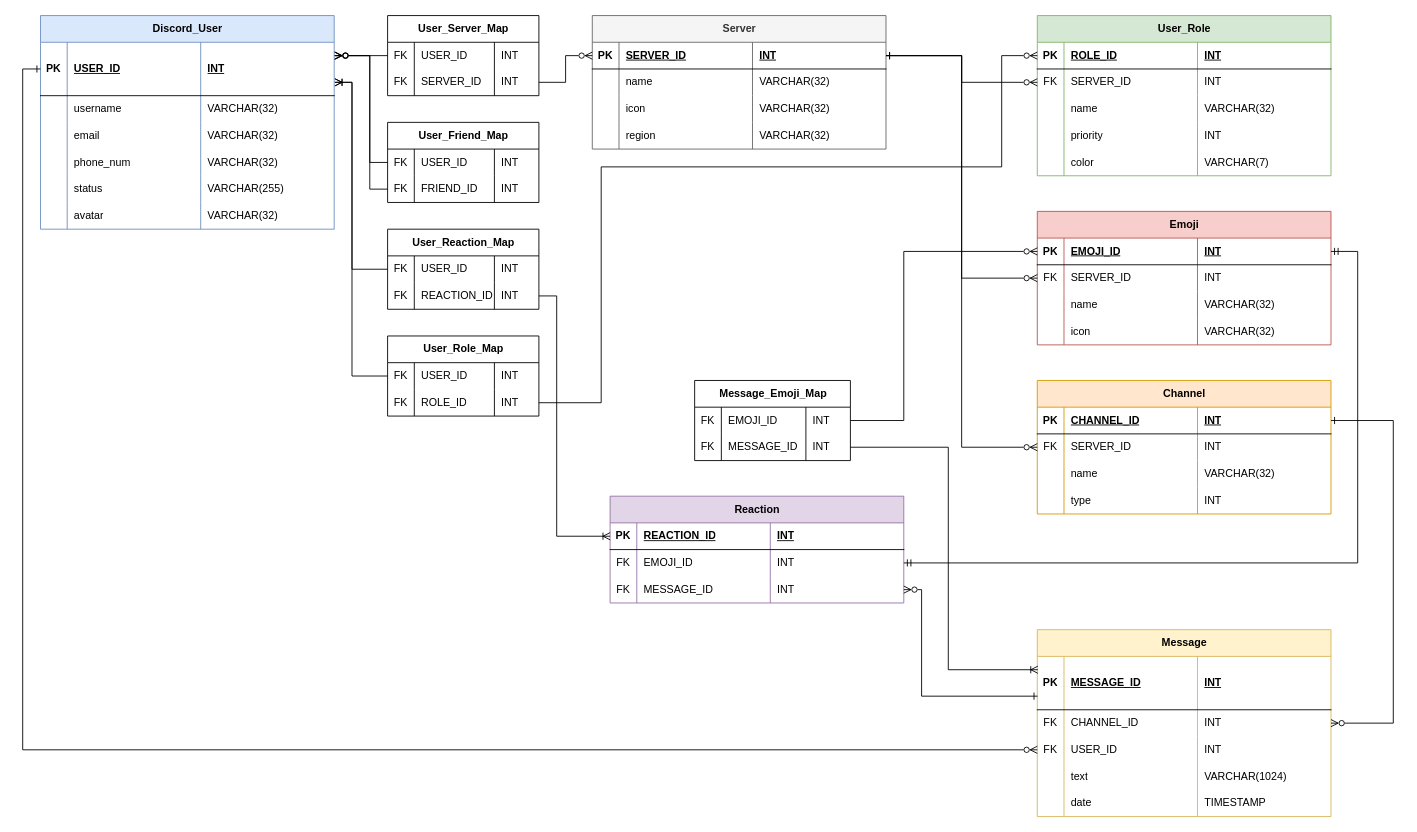
Above: diagrams/Discord Relational Schema.drawio in Mruzik1/Database-Application (draw.io), before the change. Source tidied: cells renumbered, new cells numbered last; positions are measured from the earlier drawing's top-left corner, leaving out a move shared by most shapes. Both pictures are drawn from the tidied source at 89%, with x=0, y=0 at pixel (22, 15).
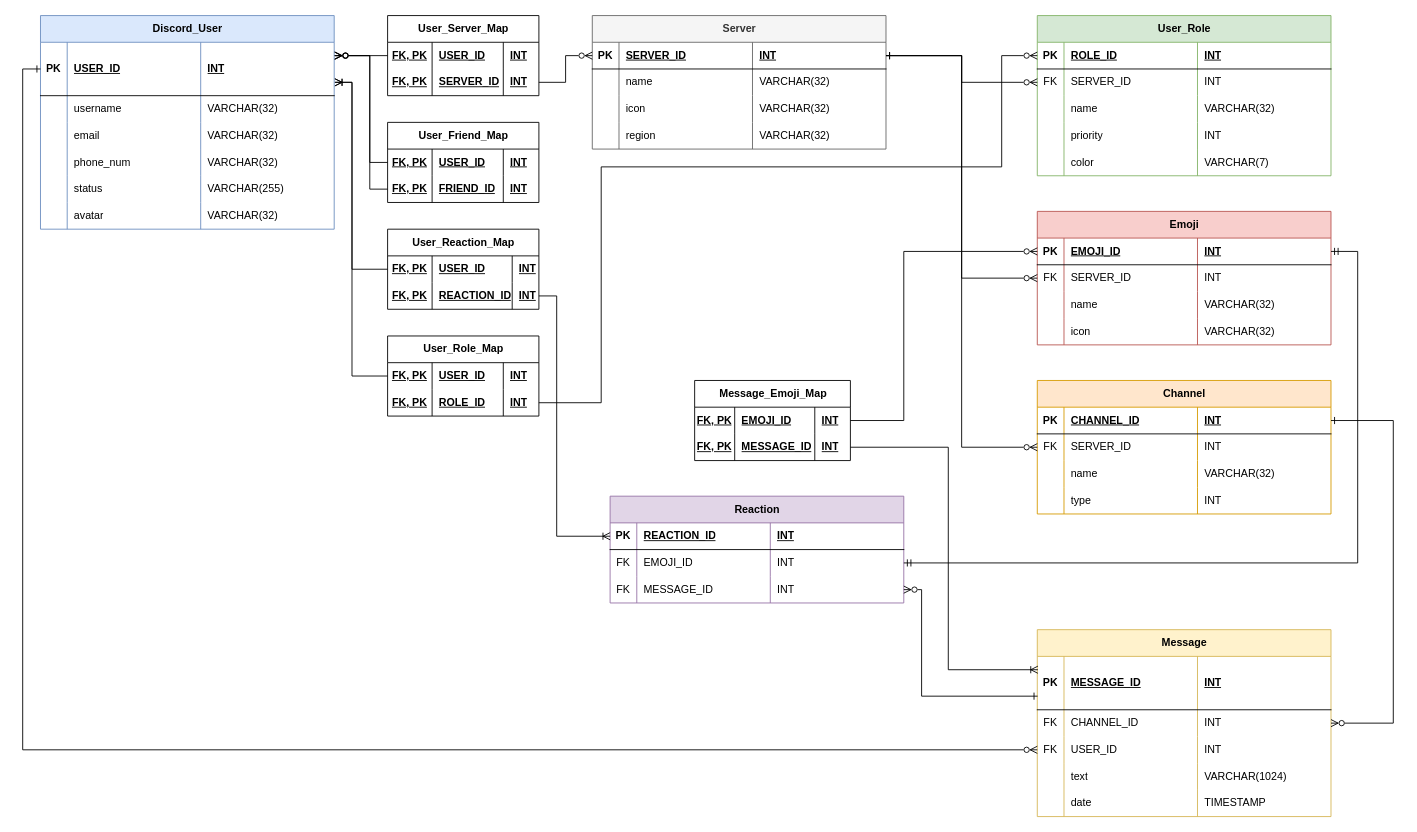
Above is the later version.

Commit message:
added pk marking in the junction tables

The change refers to these unchanged cells:
```xml
<mxCell id="136" value="User_Server_Map" style="shape=table;startSize=30;childLayout=tableLayout;rowLines=0;fontStyle=1;align=center;html=1;" parent="1" vertex="1">
  <mxGeometry x="410" width="170" height="90" as="geometry" />
</mxCell>
<mxCell id="149" style="shape=tableRow;horizontal=0;startSize=0;swimlaneHead=0;swimlaneBody=0;fillColor=none;points=[[0,0.5],[1,0.5]];portConstraint=eastwest;top=0;left=0;right=0;bottom=0;" parent="148" vertex="1">
  <mxGeometry y="30" width="170" height="30" as="geometry" />
</mxCell>
<mxCell id="153" style="shape=tableRow;horizontal=0;startSize=0;swimlaneHead=0;swimlaneBody=0;fillColor=none;points=[[0,0.5],[1,0.5]];portConstraint=eastwest;top=0;left=0;right=0;bottom=0;" parent="148" vertex="1">
  <mxGeometry y="60" width="170" height="30" as="geometry" />
</mxCell>
<mxCell id="160" style="shape=tableRow;horizontal=0;startSize=0;swimlaneHead=0;swimlaneBody=0;fillColor=none;points=[[0,0.5],[1,0.5]];portConstraint=eastwest;top=0;left=0;right=0;bottom=0;" parent="159" vertex="1">
  <mxGeometry y="30" width="170" height="30" as="geometry" />
</mxCell>
<mxCell id="164" style="shape=tableRow;horizontal=0;startSize=0;swimlaneHead=0;swimlaneBody=0;fillColor=none;points=[[0,0.5],[1,0.5]];portConstraint=eastwest;top=0;left=0;right=0;bottom=0;" parent="159" vertex="1">
  <mxGeometry y="60" width="170" height="30" as="geometry" />
</mxCell>
<mxCell id="171" style="shape=tableRow;horizontal=0;startSize=0;swimlaneHead=0;swimlaneBody=0;fillColor=none;points=[[0,0.5],[1,0.5]];portConstraint=eastwest;top=0;left=0;right=0;bottom=0;" parent="170" vertex="1">
  <mxGeometry y="30" width="170" height="30" as="geometry" />
</mxCell>
<mxCell id="175" style="shape=tableRow;horizontal=0;startSize=0;swimlaneHead=0;swimlaneBody=0;fillColor=none;points=[[0,0.5],[1,0.5]];portConstraint=eastwest;top=0;left=0;right=0;bottom=0;" parent="170" vertex="1">
  <mxGeometry y="60" width="170" height="30" as="geometry" />
</mxCell>
<mxCell id="186" style="shape=tableRow;horizontal=0;startSize=0;swimlaneHead=0;swimlaneBody=0;fillColor=none;top=0;left=0;right=0;bottom=0;" parent="185" vertex="1">
  <mxGeometry y="30" width="175" height="30" as="geometry" />
</mxCell>
<mxCell id="190" style="shape=tableRow;horizontal=0;startSize=0;swimlaneHead=0;swimlaneBody=0;fillColor=none;points=[[0,0.5],[1,0.5]];portConstraint=eastwest;top=0;left=0;right=0;bottom=0;" parent="185" vertex="1">
  <mxGeometry y="60" width="175" height="30" as="geometry" />
</mxCell>
```

What changed in the source:
```diff
@@
-    <mxCell id="137" style="shape=tableRow;horizontal=0;startSize=0;swimlaneHead=0;swimlaneBody=0;fillColor=none;points=[[0,0.5],[1,0.5]];portConstraint=eastwest;top=0;left=0;right=0;bottom=0;" parent="136" vertex="1">
+    <mxCell id="137" style="shape=tableRow;horizontal=0;startSize=0;swimlaneHead=0;swimlaneBody=0;fillColor=none;points=[[0,0.5],[1,0.5]];portConstraint=eastwest;top=0;left=0;right=0;bottom=0;fontStyle=0;" parent="136" vertex="1">
       <mxGeometry y="30" width="170" height="30" as="geometry" />
     </mxCell>
-    <mxCell id="138" value="FK" style="shape=partialRectangle;fillColor=none;top=0;left=0;bottom=0;right=0;overflow=hidden;whiteSpace=wrap;html=1;" parent="137" vertex="1">
-      <mxGeometry width="30" height="30" as="geometry" />
+    <mxCell id="138" value="&lt;b&gt;&lt;u&gt;FK, PK&lt;/u&gt;&lt;/b&gt;" style="shape=partialRectangle;fillColor=none;top=0;left=0;bottom=0;right=0;overflow=hidden;whiteSpace=wrap;html=1;" parent="137" vertex="1">
+      <mxGeometry width="50" height="30" as="geometry" />
     </mxCell>
-    <mxCell id="139" value="USER_ID" style="shape=partialRectangle;fillColor=none;top=0;left=0;bottom=0;right=0;align=left;spacingLeft=6;overflow=hidden;whiteSpace=wrap;html=1;" parent="137" vertex="1">
-      <mxGeometry x="30" width="90" height="30" as="geometry" />
+    <mxCell id="139" value="USER_ID" style="shape=partialRectangle;fillColor=none;top=0;left=0;bottom=0;right=0;align=left;spacingLeft=6;overflow=hidden;whiteSpace=wrap;html=1;fontStyle=5;" parent="137" vertex="1">
+      <mxGeometry x="50" width="80" height="30" as="geometry" />
     </mxCell>
-    <mxCell id="140" value="INT" style="shape=partialRectangle;fillColor=none;top=0;left=0;bottom=0;right=0;align=left;spacingLeft=6;overflow=hidden;whiteSpace=wrap;html=1;" parent="137" vertex="1">
-      <mxGeometry x="120" width="50" height="30" as="geometry" />
+    <mxCell id="140" value="INT" style="shape=partialRectangle;fillColor=none;top=0;left=0;bottom=0;right=0;align=left;spacingLeft=6;overflow=hidden;whiteSpace=wrap;html=1;fontStyle=5;" parent="137" vertex="1">
+      <mxGeometry x="130" width="40" height="30" as="geometry" />
     </mxCell>
-    <mxCell id="141" style="shape=tableRow;horizontal=0;startSize=0;swimlaneHead=0;swimlaneBody=0;fillColor=none;points=[[0,0.5],[1,0.5]];portConstraint=eastwest;top=0;left=0;right=0;bottom=0;" parent="136" vertex="1">
+    <mxCell id="141" style="shape=tableRow;horizontal=0;startSize=0;swimlaneHead=0;swimlaneBody=0;fillColor=none;points=[[0,0.5],[1,0.5]];portConstraint=eastwest;top=0;left=0;right=0;bottom=0;fontStyle=0;" parent="136" vertex="1">
       <mxGeometry y="60" width="170" height="30" as="geometry" />
     </mxCell>
-    <mxCell id="142" value="FK" style="shape=partialRectangle;fillColor=none;top=0;left=0;bottom=0;right=0;overflow=hidden;whiteSpace=wrap;html=1;" parent="141" vertex="1">
-      <mxGeometry width="30" height="30" as="geometry" />
+    <mxCell id="142" value="FK, PK" style="shape=partialRectangle;fillColor=none;top=0;left=0;bottom=0;right=0;overflow=hidden;whiteSpace=wrap;html=1;fontStyle=5;" parent="141" vertex="1">
+      <mxGeometry width="50" height="30" as="geometry" />
     </mxCell>
-    <mxCell id="143" value="SERVER_ID" style="shape=partialRectangle;fillColor=none;top=0;left=0;bottom=0;right=0;align=left;spacingLeft=6;overflow=hidden;whiteSpace=wrap;html=1;" parent="141" vertex="1">
-      <mxGeometry x="30" width="90" height="30" as="geometry" />
+    <mxCell id="143" value="SERVER_ID" style="shape=partialRectangle;fillColor=none;top=0;left=0;bottom=0;right=0;align=left;spacingLeft=6;overflow=hidden;whiteSpace=wrap;html=1;fontStyle=5;" parent="141" vertex="1">
+      <mxGeometry x="50" width="80" height="30" as="geometry" />
     </mxCell>
-    <mxCell id="144" value="INT" style="shape=partialRectangle;fillColor=none;top=0;left=0;bottom=0;right=0;align=left;spacingLeft=6;overflow=hidden;whiteSpace=wrap;html=1;" parent="141" vertex="1">
-      <mxGeometry x="120" width="50" height="30" as="geometry" />
+    <mxCell id="144" value="INT" style="shape=partialRectangle;fillColor=none;top=0;left=0;bottom=0;right=0;align=left;spacingLeft=6;overflow=hidden;whiteSpace=wrap;html=1;fontStyle=5;" parent="141" vertex="1">
+      <mxGeometry x="130" width="40" height="30" as="geometry" />
     </mxCell>
@@
-    <mxCell id="150" value="FK" style="shape=partialRectangle;fillColor=none;top=0;left=0;bottom=0;right=0;overflow=hidden;whiteSpace=wrap;html=1;" parent="149" vertex="1">
-      <mxGeometry width="30" height="30" as="geometry" />
+    <mxCell id="150" value="FK, PK" style="shape=partialRectangle;fillColor=none;top=0;left=0;bottom=0;right=0;overflow=hidden;whiteSpace=wrap;html=1;fontStyle=5;" parent="149" vertex="1">
+      <mxGeometry width="50" height="30" as="geometry" />
     </mxCell>
-    <mxCell id="151" value="USER_ID" style="shape=partialRectangle;fillColor=none;top=0;left=0;bottom=0;right=0;align=left;spacingLeft=6;overflow=hidden;whiteSpace=wrap;html=1;" parent="149" vertex="1">
-      <mxGeometry x="30" width="90" height="30" as="geometry" />
+    <mxCell id="151" value="USER_ID" style="shape=partialRectangle;fillColor=none;top=0;left=0;bottom=0;right=0;align=left;spacingLeft=6;overflow=hidden;whiteSpace=wrap;html=1;fontStyle=5;" parent="149" vertex="1">
+      <mxGeometry x="50" width="80" height="30" as="geometry" />
     </mxCell>
-    <mxCell id="152" value="INT" style="shape=partialRectangle;fillColor=none;top=0;left=0;bottom=0;right=0;align=left;spacingLeft=6;overflow=hidden;whiteSpace=wrap;html=1;" parent="149" vertex="1">
-      <mxGeometry x="120" width="50" height="30" as="geometry" />
+    <mxCell id="152" value="INT" style="shape=partialRectangle;fillColor=none;top=0;left=0;bottom=0;right=0;align=left;spacingLeft=6;overflow=hidden;whiteSpace=wrap;html=1;fontStyle=5;" parent="149" vertex="1">
+      <mxGeometry x="130" width="40" height="30" as="geometry" />
     </mxCell>
@@
-    <mxCell id="154" value="FK" style="shape=partialRectangle;fillColor=none;top=0;left=0;bottom=0;right=0;overflow=hidden;whiteSpace=wrap;html=1;" parent="153" vertex="1">
-      <mxGeometry width="30" height="30" as="geometry" />
+    <mxCell id="154" value="FK, PK" style="shape=partialRectangle;fillColor=none;top=0;left=0;bottom=0;right=0;overflow=hidden;whiteSpace=wrap;html=1;fontStyle=5;" parent="153" vertex="1">
+      <mxGeometry width="50" height="30" as="geometry" />
     </mxCell>
-    <mxCell id="155" value="ROLE_ID" style="shape=partialRectangle;fillColor=none;top=0;left=0;bottom=0;right=0;align=left;spacingLeft=6;overflow=hidden;whiteSpace=wrap;html=1;" parent="153" vertex="1">
-      <mxGeometry x="30" width="90" height="30" as="geometry" />
+    <mxCell id="155" value="ROLE_ID" style="shape=partialRectangle;fillColor=none;top=0;left=0;bottom=0;right=0;align=left;spacingLeft=6;overflow=hidden;whiteSpace=wrap;html=1;fontStyle=5;" parent="153" vertex="1">
+      <mxGeometry x="50" width="80" height="30" as="geometry" />
     </mxCell>
-    <mxCell id="156" value="INT" style="shape=partialRectangle;fillColor=none;top=0;left=0;bottom=0;right=0;align=left;spacingLeft=6;overflow=hidden;whiteSpace=wrap;html=1;" parent="153" vertex="1">
-      <mxGeometry x="120" width="50" height="30" as="geometry" />
+    <mxCell id="156" value="INT" style="shape=partialRectangle;fillColor=none;top=0;left=0;bottom=0;right=0;align=left;spacingLeft=6;overflow=hidden;whiteSpace=wrap;html=1;fontStyle=5;" parent="153" vertex="1">
+      <mxGeometry x="130" width="40" height="30" as="geometry" />
     </mxCell>
@@
-    <mxCell id="161" value="FK" style="shape=partialRectangle;fillColor=none;top=0;left=0;bottom=0;right=0;overflow=hidden;whiteSpace=wrap;html=1;" parent="160" vertex="1">
-      <mxGeometry width="30" height="30" as="geometry" />
+    <mxCell id="161" value="FK, PK" style="shape=partialRectangle;fillColor=none;top=0;left=0;bottom=0;right=0;overflow=hidden;whiteSpace=wrap;html=1;fontStyle=5;" parent="160" vertex="1">
+      <mxGeometry width="50" height="30" as="geometry" />
     </mxCell>
-    <mxCell id="162" value="USER_ID" style="shape=partialRectangle;fillColor=none;top=0;left=0;bottom=0;right=0;align=left;spacingLeft=6;overflow=hidden;whiteSpace=wrap;html=1;" parent="160" vertex="1">
-      <mxGeometry x="30" width="90" height="30" as="geometry" />
+    <mxCell id="162" value="USER_ID" style="shape=partialRectangle;fillColor=none;top=0;left=0;bottom=0;right=0;align=left;spacingLeft=6;overflow=hidden;whiteSpace=wrap;html=1;fontStyle=5;" parent="160" vertex="1">
+      <mxGeometry x="50" width="80" height="30" as="geometry" />
     </mxCell>
-    <mxCell id="163" value="INT" style="shape=partialRectangle;fillColor=none;top=0;left=0;bottom=0;right=0;align=left;spacingLeft=6;overflow=hidden;whiteSpace=wrap;html=1;" parent="160" vertex="1">
-      <mxGeometry x="120" width="50" height="30" as="geometry" />
+    <mxCell id="163" value="INT" style="shape=partialRectangle;fillColor=none;top=0;left=0;bottom=0;right=0;align=left;spacingLeft=6;overflow=hidden;whiteSpace=wrap;html=1;fontStyle=5;" parent="160" vertex="1">
+      <mxGeometry x="130" width="40" height="30" as="geometry" />
     </mxCell>
@@
-    <mxCell id="165" value="FK" style="shape=partialRectangle;fillColor=none;top=0;left=0;bottom=0;right=0;overflow=hidden;whiteSpace=wrap;html=1;" parent="164" vertex="1">
-      <mxGeometry width="30" height="30" as="geometry" />
+    <mxCell id="165" value="FK, PK" style="shape=partialRectangle;fillColor=none;top=0;left=0;bottom=0;right=0;overflow=hidden;whiteSpace=wrap;html=1;fontStyle=5;" parent="164" vertex="1">
+      <mxGeometry width="50" height="30" as="geometry" />
     </mxCell>
-    <mxCell id="166" value="FRIEND_ID" style="shape=partialRectangle;fillColor=none;top=0;left=0;bottom=0;right=0;align=left;spacingLeft=6;overflow=hidden;whiteSpace=wrap;html=1;" parent="164" vertex="1">
-      <mxGeometry x="30" width="90" height="30" as="geometry" />
+    <mxCell id="166" value="FRIEND_ID" style="shape=partialRectangle;fillColor=none;top=0;left=0;bottom=0;right=0;align=left;spacingLeft=6;overflow=hidden;whiteSpace=wrap;html=1;fontStyle=5;" parent="164" vertex="1">
+      <mxGeometry x="50" width="80" height="30" as="geometry" />
     </mxCell>
-    <mxCell id="167" value="INT" style="shape=partialRectangle;fillColor=none;top=0;left=0;bottom=0;right=0;align=left;spacingLeft=6;overflow=hidden;whiteSpace=wrap;html=1;" parent="164" vertex="1">
-      <mxGeometry x="120" width="50" height="30" as="geometry" />
+    <mxCell id="167" value="INT" style="shape=partialRectangle;fillColor=none;top=0;left=0;bottom=0;right=0;align=left;spacingLeft=6;overflow=hidden;whiteSpace=wrap;html=1;fontStyle=5;" parent="164" vertex="1">
+      <mxGeometry x="130" width="40" height="30" as="geometry" />
     </mxCell>
@@
-    <mxCell id="172" value="FK" style="shape=partialRectangle;fillColor=none;top=0;left=0;bottom=0;right=0;overflow=hidden;whiteSpace=wrap;html=1;" parent="171" vertex="1">
-      <mxGeometry width="30" height="30" as="geometry" />
+    <mxCell id="172" value="FK, PK" style="shape=partialRectangle;fillColor=none;top=0;left=0;bottom=0;right=0;overflow=hidden;whiteSpace=wrap;html=1;fontStyle=5;" parent="171" vertex="1">
+      <mxGeometry width="50" height="30" as="geometry" />
     </mxCell>
-    <mxCell id="173" value="USER_ID" style="shape=partialRectangle;fillColor=none;top=0;left=0;bottom=0;right=0;align=left;spacingLeft=6;overflow=hidden;whiteSpace=wrap;html=1;" parent="171" vertex="1">
-      <mxGeometry x="30" width="90" height="30" as="geometry" />
+    <mxCell id="173" value="USER_ID" style="shape=partialRectangle;fillColor=none;top=0;left=0;bottom=0;right=0;align=left;spacingLeft=6;overflow=hidden;whiteSpace=wrap;html=1;fontStyle=5;" parent="171" vertex="1">
+      <mxGeometry x="50" width="90" height="30" as="geometry" />
     </mxCell>
-    <mxCell id="174" value="INT" style="shape=partialRectangle;fillColor=none;top=0;left=0;bottom=0;right=0;align=left;spacingLeft=6;overflow=hidden;whiteSpace=wrap;html=1;" parent="171" vertex="1">
-      <mxGeometry x="120" width="50" height="30" as="geometry" />
+    <mxCell id="174" value="INT" style="shape=partialRectangle;fillColor=none;top=0;left=0;bottom=0;right=0;align=left;spacingLeft=6;overflow=hidden;whiteSpace=wrap;html=1;fontStyle=5;" parent="171" vertex="1">
+      <mxGeometry x="140" width="30" height="30" as="geometry" />
     </mxCell>
@@
-    <mxCell id="176" value="FK" style="shape=partialRectangle;fillColor=none;top=0;left=0;bottom=0;right=0;overflow=hidden;whiteSpace=wrap;html=1;" parent="175" vertex="1">
-      <mxGeometry width="30" height="30" as="geometry" />
+    <mxCell id="176" value="FK, PK" style="shape=partialRectangle;fillColor=none;top=0;left=0;bottom=0;right=0;overflow=hidden;whiteSpace=wrap;html=1;fontStyle=5;" parent="175" vertex="1">
+      <mxGeometry width="50" height="30" as="geometry" />
     </mxCell>
-    <mxCell id="177" value="REACTION_ID" style="shape=partialRectangle;fillColor=none;top=0;left=0;bottom=0;right=0;align=left;spacingLeft=6;overflow=hidden;whiteSpace=wrap;html=1;" parent="175" vertex="1">
-      <mxGeometry x="30" width="90" height="30" as="geometry" />
+    <mxCell id="177" value="REACTION_ID" style="shape=partialRectangle;fillColor=none;top=0;left=0;bottom=0;right=0;align=left;spacingLeft=6;overflow=hidden;whiteSpace=wrap;html=1;fontStyle=5;" parent="175" vertex="1">
+      <mxGeometry x="50" width="90" height="30" as="geometry" />
     </mxCell>
-    <mxCell id="178" value="INT" style="shape=partialRectangle;fillColor=none;top=0;left=0;bottom=0;right=0;align=left;spacingLeft=6;overflow=hidden;whiteSpace=wrap;html=1;" parent="175" vertex="1">
-      <mxGeometry x="120" width="50" height="30" as="geometry" />
+    <mxCell id="178" value="INT" style="shape=partialRectangle;fillColor=none;top=0;left=0;bottom=0;right=0;align=left;spacingLeft=6;overflow=hidden;whiteSpace=wrap;html=1;fontStyle=5;" parent="175" vertex="1">
+      <mxGeometry x="140" width="30" height="30" as="geometry" />
     </mxCell>
@@
-    <mxCell id="187" value="FK" style="shape=partialRectangle;fillColor=none;top=0;left=0;bottom=0;right=0;overflow=hidden;whiteSpace=wrap;html=1;" parent="186" vertex="1">
-      <mxGeometry width="30" height="30" as="geometry" />
+    <mxCell id="187" value="FK, PK" style="shape=partialRectangle;fillColor=none;top=0;left=0;bottom=0;right=0;overflow=hidden;whiteSpace=wrap;html=1;fontStyle=5;" parent="186" vertex="1">
+      <mxGeometry width="45" height="30" as="geometry" />
     </mxCell>
-    <mxCell id="188" value="EMOJI_ID" style="shape=partialRectangle;fillColor=none;top=0;left=0;bottom=0;right=0;align=left;spacingLeft=6;overflow=hidden;whiteSpace=wrap;html=1;" parent="186" vertex="1">
-      <mxGeometry x="30" width="95" height="30" as="geometry" />
+    <mxCell id="188" value="EMOJI_ID" style="shape=partialRectangle;fillColor=none;top=0;left=0;bottom=0;right=0;align=left;spacingLeft=6;overflow=hidden;whiteSpace=wrap;html=1;fontStyle=5;" parent="186" vertex="1">
+      <mxGeometry x="45" width="90" height="30" as="geometry" />
     </mxCell>
-    <mxCell id="189" value="INT" style="shape=partialRectangle;fillColor=none;top=0;left=0;bottom=0;right=0;align=left;spacingLeft=6;overflow=hidden;whiteSpace=wrap;html=1;" parent="186" vertex="1">
-      <mxGeometry x="125" width="50" height="30" as="geometry" />
+    <mxCell id="189" value="INT" style="shape=partialRectangle;fillColor=none;top=0;left=0;bottom=0;right=0;align=left;spacingLeft=6;overflow=hidden;whiteSpace=wrap;html=1;fontStyle=5;" parent="186" vertex="1">
+      <mxGeometry x="135" width="40" height="30" as="geometry" />
     </mxCell>
@@
-    <mxCell id="191" value="FK" style="shape=partialRectangle;fillColor=none;top=0;left=0;bottom=0;right=0;overflow=hidden;whiteSpace=wrap;html=1;" parent="190" vertex="1">
-      <mxGeometry width="30" height="30" as="geometry" />
+    <mxCell id="191" value="FK, PK" style="shape=partialRectangle;fillColor=none;top=0;left=0;bottom=0;right=0;overflow=hidden;whiteSpace=wrap;html=1;fontStyle=5;" parent="190" vertex="1">
+      <mxGeometry width="45" height="30" as="geometry" />
     </mxCell>
-    <mxCell id="192" value="MESSAGE_ID" style="shape=partialRectangle;fillColor=none;top=0;left=0;bottom=0;right=0;align=left;spacingLeft=6;overflow=hidden;whiteSpace=wrap;html=1;" parent="190" vertex="1">
-      <mxGeometry x="30" width="95" height="30" as="geometry" />
+    <mxCell id="192" value="MESSAGE_ID" style="shape=partialRectangle;fillColor=none;top=0;left=0;bottom=0;right=0;align=left;spacingLeft=6;overflow=hidden;whiteSpace=wrap;html=1;fontStyle=5;" parent="190" vertex="1">
+      <mxGeometry x="45" width="90" height="30" as="geometry" />
     </mxCell>
-    <mxCell id="193" value="INT" style="shape=partialRectangle;fillColor=none;top=0;left=0;bottom=0;right=0;align=left;spacingLeft=6;overflow=hidden;whiteSpace=wrap;html=1;" parent="190" vertex="1">
-      <mxGeometry x="125" width="50" height="30" as="geometry" />
+    <mxCell id="193" value="INT" style="shape=partialRectangle;fillColor=none;top=0;left=0;bottom=0;right=0;align=left;spacingLeft=6;overflow=hidden;whiteSpace=wrap;html=1;fontStyle=5;" parent="190" vertex="1">
+      <mxGeometry x="135" width="40" height="30" as="geometry" />
     </mxCell>
```
